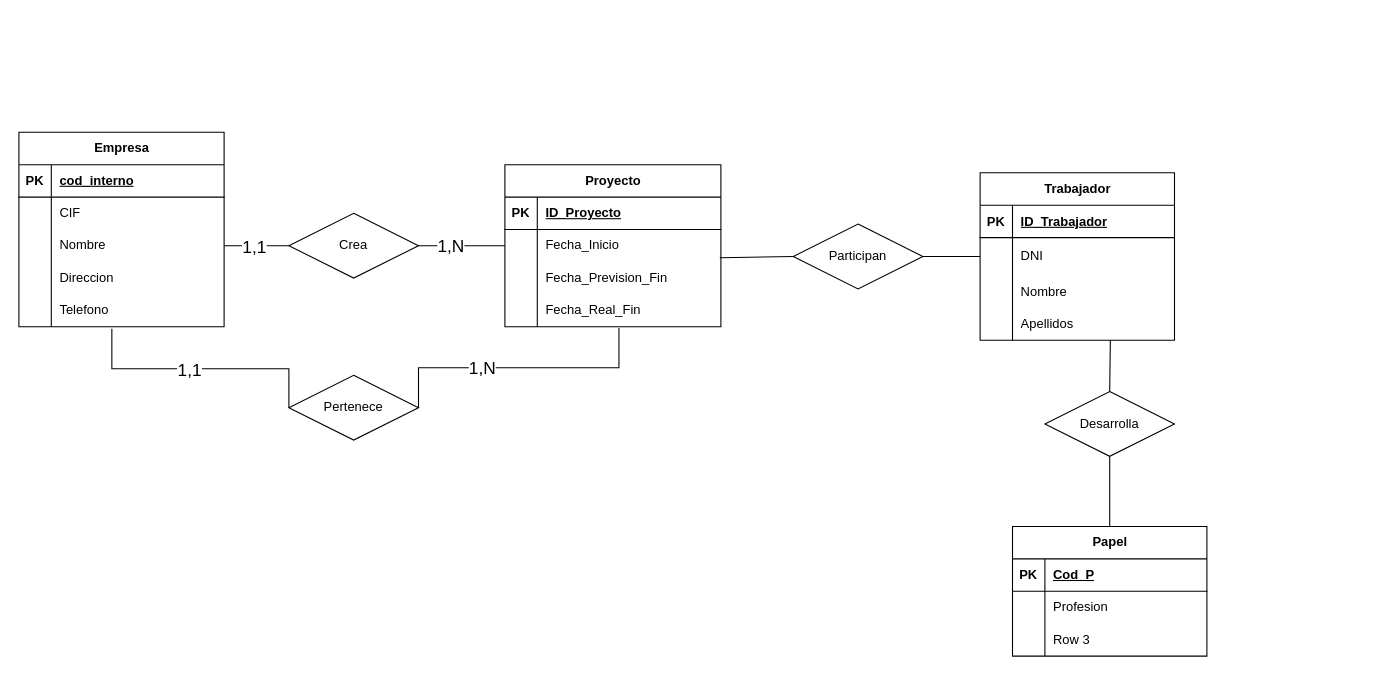
Above: Ejercicio12.drawio in Daninuro/diagrames-cvf-dn-mpl-n-11102023 (draw.io), before the change. Source tidied: cells renumbered, new cells numbered last; positions are measured from the earlier drawing's top-left corner, leaving out a move shared by most shapes. Both pictures are drawn from the tidied source at 108%, with x=0, y=0 at pixel (18, 132).
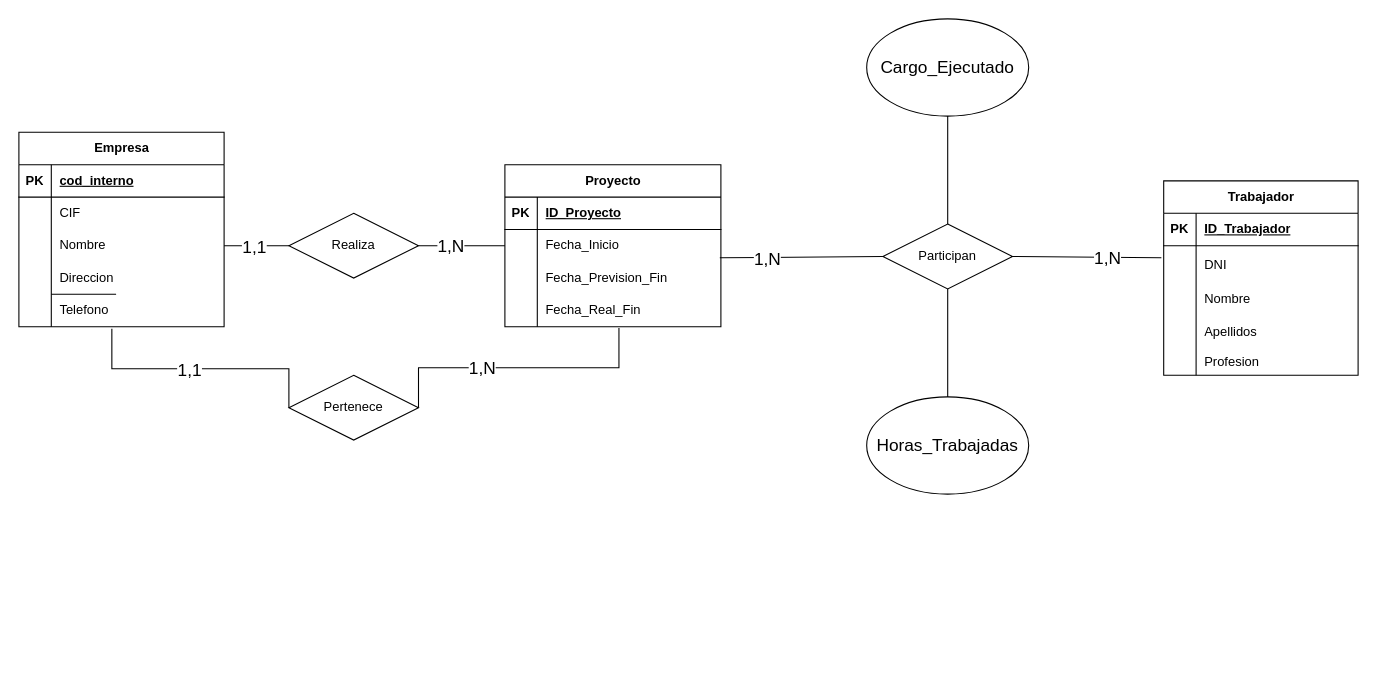
The same page after the edit.

The change refers to these unchanged cells:
```xml
<mxCell id="25" style="shape=tableRow;horizontal=0;startSize=0;swimlaneHead=0;swimlaneBody=0;fillColor=none;points=[[0,0.5],[1,0.5]];portConstraint=eastwest;top=0;left=0;right=0;bottom=0;" parent="18" vertex="1">
  <mxGeometry y="90" width="200" height="30" as="geometry" />
</mxCell>
<mxCell id="32" style="shape=tableRow;horizontal=0;startSize=0;swimlaneHead=0;swimlaneBody=0;fillColor=none;points=[[0,0.5],[1,0.5]];portConstraint=eastwest;top=0;left=0;right=0;bottom=1;" parent="31" vertex="1">
  <mxGeometry y="30" width="180" height="30" as="geometry" />
</mxCell>
<mxCell id="35" style="shape=tableRow;horizontal=0;startSize=0;swimlaneHead=0;swimlaneBody=0;fillColor=none;points=[[0,0.5],[1,0.5]];portConstraint=eastwest;top=0;left=0;right=0;bottom=0;" parent="31" vertex="1">
  <mxGeometry y="60" width="180" height="35" as="geometry" />
</mxCell>
<mxCell id="41" style="shape=tableRow;horizontal=0;startSize=0;swimlaneHead=0;swimlaneBody=0;fillColor=none;points=[[0,0.5],[1,0.5]];portConstraint=eastwest;top=0;left=0;right=0;bottom=0;" parent="31" vertex="1">
  <mxGeometry y="125" width="180" height="30" as="geometry" />
</mxCell>
```

Diff of the diagram source:
```diff
@@
     <mxCell id="31" value="Trabajador" style="shape=table;startSize=30;childLayout=tableLayout;rowLines=0;fontStyle=1;align=center;html=1;" parent="1" vertex="1">
-      <mxGeometry x="890" y="37.5" width="180" height="155" as="geometry" />
+      <mxGeometry x="1060" y="45" width="180" height="180" as="geometry" />
     </mxCell>
@@
-    <mxCell id="44" value="Papel" style="shape=table;startSize=30;childLayout=tableLayout;rowLines=0;fontStyle=1;align=center;html=1;" parent="1" vertex="1">
-      <mxGeometry x="920" y="365" width="180" height="120" as="geometry" />
-    </mxCell>
-    <mxCell id="45" style="shape=tableRow;horizontal=0;startSize=0;swimlaneHead=0;swimlaneBody=0;fillColor=none;top=0;left=0;right=0;bottom=1;" parent="44" vertex="1">
-      <mxGeometry y="30" width="180" height="30" as="geometry" />
-    </mxCell>
-    <mxCell id="46" value="PK" style="shape=partialRectangle;fillColor=none;top=0;left=0;bottom=0;right=0;fontStyle=1;overflow=hidden;whiteSpace=wrap;html=1;" parent="45" vertex="1">
-      <mxGeometry width="30" height="30" as="geometry" />
-    </mxCell>
-    <mxCell id="47" value="Cod_P" style="shape=partialRectangle;fillColor=none;top=0;left=0;bottom=0;right=0;align=left;spacingLeft=6;fontStyle=5;overflow=hidden;whiteSpace=wrap;html=1;" parent="45" vertex="1">
-      <mxGeometry x="30" width="150" height="30" as="geometry" />
-    </mxCell>
-    <mxCell id="48" style="shape=tableRow;horizontal=0;startSize=0;swimlaneHead=0;swimlaneBody=0;fillColor=none;top=0;left=0;right=0;bottom=0;" parent="44" vertex="1">
-      <mxGeometry y="60" width="180" height="30" as="geometry" />
-    </mxCell>
-    <mxCell id="49" style="shape=partialRectangle;fillColor=none;top=0;left=0;bottom=0;right=0;overflow=hidden;whiteSpace=wrap;html=1;" parent="48" vertex="1">
-      <mxGeometry width="30" height="30" as="geometry" />
-    </mxCell>
+    <mxCell id="76" style="shape=tableRow;horizontal=0;startSize=0;swimlaneHead=0;swimlaneBody=0;fillColor=none;top=0;left=0;right=0;bottom=0;" parent="31" vertex="1">
+      <mxGeometry y="155" width="180" height="25" as="geometry" />
+    </mxCell>
+    <mxCell id="77" style="shape=partialRectangle;fillColor=none;top=0;left=0;bottom=0;right=0;overflow=hidden;whiteSpace=wrap;html=1;" parent="76" vertex="1">
+      <mxGeometry width="30" height="25" as="geometry" />
+    </mxCell>
-    <mxCell id="50" value="Profesion" style="shape=partialRectangle;fillColor=none;top=0;left=0;bottom=0;right=0;align=left;spacingLeft=6;overflow=hidden;whiteSpace=wrap;html=1;" parent="48" vertex="1">
-      <mxGeometry x="30" width="150" height="30" as="geometry" />
+    <mxCell id="50" value="Profesion" style="shape=partialRectangle;fillColor=none;top=0;left=0;bottom=0;right=0;align=left;spacingLeft=6;overflow=hidden;whiteSpace=wrap;html=1;" parent="76" vertex="1">
+      <mxGeometry x="30" width="150" height="25" as="geometry" />
     </mxCell>
-    <mxCell id="51" style="shape=tableRow;horizontal=0;startSize=0;swimlaneHead=0;swimlaneBody=0;fillColor=none;top=0;left=0;right=0;bottom=0;" parent="44" vertex="1">
-      <mxGeometry y="90" width="180" height="30" as="geometry" />
-    </mxCell>
-    <mxCell id="52" style="shape=partialRectangle;fillColor=none;top=0;left=0;bottom=0;right=0;overflow=hidden;whiteSpace=wrap;html=1;" parent="51" vertex="1">
-      <mxGeometry width="30" height="30" as="geometry" />
-    </mxCell>
-    <mxCell id="53" value="Row 3" style="shape=partialRectangle;fillColor=none;top=0;left=0;bottom=0;right=0;align=left;spacingLeft=6;overflow=hidden;whiteSpace=wrap;html=1;" parent="51" vertex="1">
-      <mxGeometry x="30" width="150" height="30" as="geometry" />
-    </mxCell>
-    <mxCell id="54" value="Crea" style="shape=rhombus;perimeter=rhombusPerimeter;whiteSpace=wrap;html=1;align=center;" parent="1" vertex="1">
+    <mxCell id="54" value="Realiza" style="shape=rhombus;perimeter=rhombusPerimeter;whiteSpace=wrap;html=1;align=center;" parent="1" vertex="1">
       <mxGeometry x="250" y="75" width="120" height="60" as="geometry" />
     </mxCell>
@@
-    <mxCell id="59" style="shape=partialRectangle;fillColor=none;top=0;left=0;bottom=0;right=0;overflow=hidden;whiteSpace=wrap;html=1;" parent="1" vertex="1">
-      <mxGeometry x="900" y="90" width="30" height="30" as="geometry" />
-    </mxCell>
-    <mxCell id="60" style="shape=partialRectangle;fillColor=none;top=0;left=0;bottom=0;right=0;overflow=hidden;whiteSpace=wrap;html=1;" parent="1" vertex="1">
-      <mxGeometry x="900" y="120" width="30" height="30" as="geometry" />
-    </mxCell>
     <mxCell id="61" style="shape=partialRectangle;fillColor=none;top=0;left=0;bottom=0;right=0;overflow=hidden;whiteSpace=wrap;html=1;" parent="1" vertex="1">
-      <mxGeometry x="900" y="150" width="30" height="30" as="geometry" />
+      <mxGeometry x="900" y="70" width="30" height="30" as="geometry" />
     </mxCell>
-    <mxCell id="62" value="Participan" style="shape=rhombus;perimeter=rhombusPerimeter;whiteSpace=wrap;html=1;align=center;" parent="1" vertex="1">
-      <mxGeometry x="717" y="85" width="120" height="60" as="geometry" />
-    </mxCell>
-    <mxCell id="63" style="endArrow=none;html=1;rounded=0;exitX=1;exitY=0.5;exitDx=0;exitDy=0;entryX=0;entryY=0.5;entryDx=0;entryDy=0;" parent="1" edge="1" source="62" target="35">
-      <mxGeometry relative="1" as="geometry" />
-    </mxCell>
-    <mxCell id="64" style="endArrow=none;html=1;rounded=0;entryX=0;entryY=0.5;entryDx=0;entryDy=0;exitX=0.995;exitY=-0.127;exitDx=0;exitDy=0;exitPerimeter=0;" parent="1" edge="1" source="25" target="62">
+    <mxCell id="64" style="endArrow=none;html=1;rounded=0;entryX=0;entryY=0.5;entryDx=0;entryDy=0;exitX=0.995;exitY=-0.127;exitDx=0;exitDy=0;exitPerimeter=0;" parent="1" edge="1" source="25" target="70">
       <mxGeometry relative="1" as="geometry" />
     </mxCell>
-    <mxCell id="65" style="shape=partialRectangle;fillColor=none;top=0;left=0;bottom=0;right=0;overflow=hidden;whiteSpace=wrap;html=1;" parent="1" vertex="1">
-      <mxGeometry x="1120" y="255" width="30" height="30" as="geometry" />
-    </mxCell>
+    <mxCell id="78" value="1,N" style="edgeLabel;html=1;align=center;verticalAlign=middle;fontSize=16;" parent="64" vertex="1">
+      <mxGeometry x="-0.43" y="-1" relative="1" as="geometry" />
+    </mxCell>
     <mxCell id="66" style="shape=partialRectangle;fillColor=none;top=0;left=0;bottom=0;right=0;overflow=hidden;whiteSpace=wrap;html=1;" parent="1" vertex="1">
-      <mxGeometry x="1120" y="285" width="30" height="30" as="geometry" />
+      <mxGeometry x="1120" y="205" width="30" height="30" as="geometry" />
     </mxCell>
     <mxCell id="67" style="shape=partialRectangle;fillColor=none;top=0;left=0;bottom=0;right=0;overflow=hidden;whiteSpace=wrap;html=1;" parent="1" vertex="1">
-      <mxGeometry x="1120" y="315" width="30" height="30" as="geometry" />
+      <mxGeometry x="1120" y="235" width="30" height="30" as="geometry" />
     </mxCell>
-    <mxCell id="68" style="endArrow=none;html=1;rounded=0;exitX=0.5;exitY=0;exitDx=0;exitDy=0;entryX=0.67;entryY=0.997;entryDx=0;entryDy=0;entryPerimeter=0;" parent="1" edge="1" source="70" target="41">
-      <mxGeometry relative="1" as="geometry" />
-    </mxCell>
-    <mxCell id="69" style="endArrow=none;html=1;rounded=0;exitX=0.5;exitY=0;exitDx=0;exitDy=0;entryX=0.5;entryY=1;entryDx=0;entryDy=0;" parent="1" edge="1" source="44" target="70">
-      <mxGeometry relative="1" as="geometry" />
-    </mxCell>
-    <mxCell id="70" value="Desarrolla" style="shape=rhombus;perimeter=rhombusPerimeter;whiteSpace=wrap;html=1;align=center;" parent="1" vertex="1">
-      <mxGeometry x="950" y="240" width="120" height="60" as="geometry" />
+    <mxCell id="70" value="Participan" style="shape=rhombus;perimeter=rhombusPerimeter;whiteSpace=wrap;html=1;align=center;" parent="1" vertex="1">
+      <mxGeometry x="800" y="85" width="120" height="60" as="geometry" />
     </mxCell>
@@
+    <mxCell id="79" style="endArrow=none;html=1;rounded=0;exitX=-0.012;exitY=1.373;exitDx=0;exitDy=0;entryX=1;entryY=0.5;entryDx=0;entryDy=0;exitPerimeter=0;fontStyle=1;" parent="1" edge="1" source="32" target="70">
+      <mxGeometry relative="1" as="geometry" />
+    </mxCell>
+    <mxCell id="80" value="1,N" style="edgeLabel;html=1;align=center;verticalAlign=middle;fontSize=16;" parent="79" vertex="1">
+      <mxGeometry x="-0.28" y="1" relative="1" as="geometry">
+        <mxPoint y="-1" as="offset" />
+      </mxGeometry>
+    </mxCell>
+    <mxCell id="81" value="Horas_Trabajadas" style="ellipse;whiteSpace=wrap;html=1;align=center;fontSize=16;" parent="1" vertex="1">
+      <mxGeometry x="785" y="245" width="150" height="90" as="geometry" />
+    </mxCell>
+    <mxCell id="82" style="line;strokeWidth=1;dashed=0;labelPosition=right;align=left;verticalAlign=middle;spacingTop=0;spacingLeft=6;fontSize=16;" parent="1" vertex="1">
+      <mxGeometry x="30" y="145" width="60" height="10" as="geometry" />
+    </mxCell>
+    <mxCell id="83" style="endArrow=none;html=1;rounded=0;exitX=0.5;exitY=0;exitDx=0;exitDy=0;entryX=0.5;entryY=1;entryDx=0;entryDy=0;fontStyle=1;" parent="1" edge="1" source="81" target="70">
+      <mxGeometry relative="1" as="geometry" />
+    </mxCell>
+    <mxCell id="84" value="Cargo_Ejecutado" style="ellipse;whiteSpace=wrap;html=1;align=center;fontSize=16;" parent="1" vertex="1">
+      <mxGeometry x="785" y="-105" width="150" height="90" as="geometry" />
+    </mxCell>
+    <mxCell id="85" style="endArrow=none;html=1;rounded=0;exitX=0.5;exitY=1;exitDx=0;exitDy=0;entryX=0.5;entryY=0;entryDx=0;entryDy=0;fontStyle=1;" parent="1" edge="1" source="84" target="70">
+      <mxGeometry relative="1" as="geometry" />
+    </mxCell>
```
